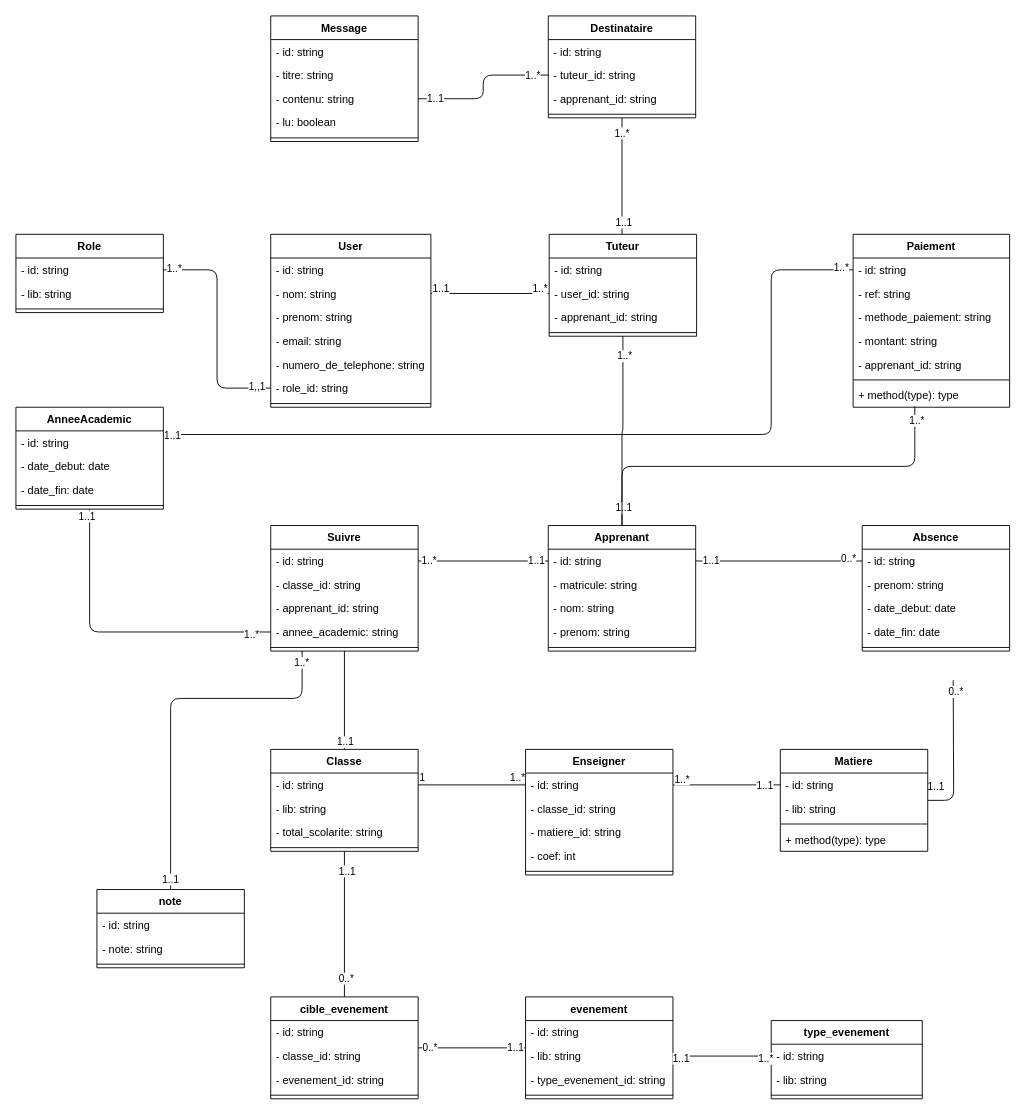
Before: page "UML" (1 of 2) of uml-use_case_diagram.drawio in devalade/ilewemi, a draw.io diagram. Source tidied: cells renumbered, new cells numbered last; positions are measured from the earlier drawing's top-left corner, leaving out a move shared by most shapes. Both pictures are drawn from the tidied source at 91%, with x=0, y=0 at pixel (15, 15).
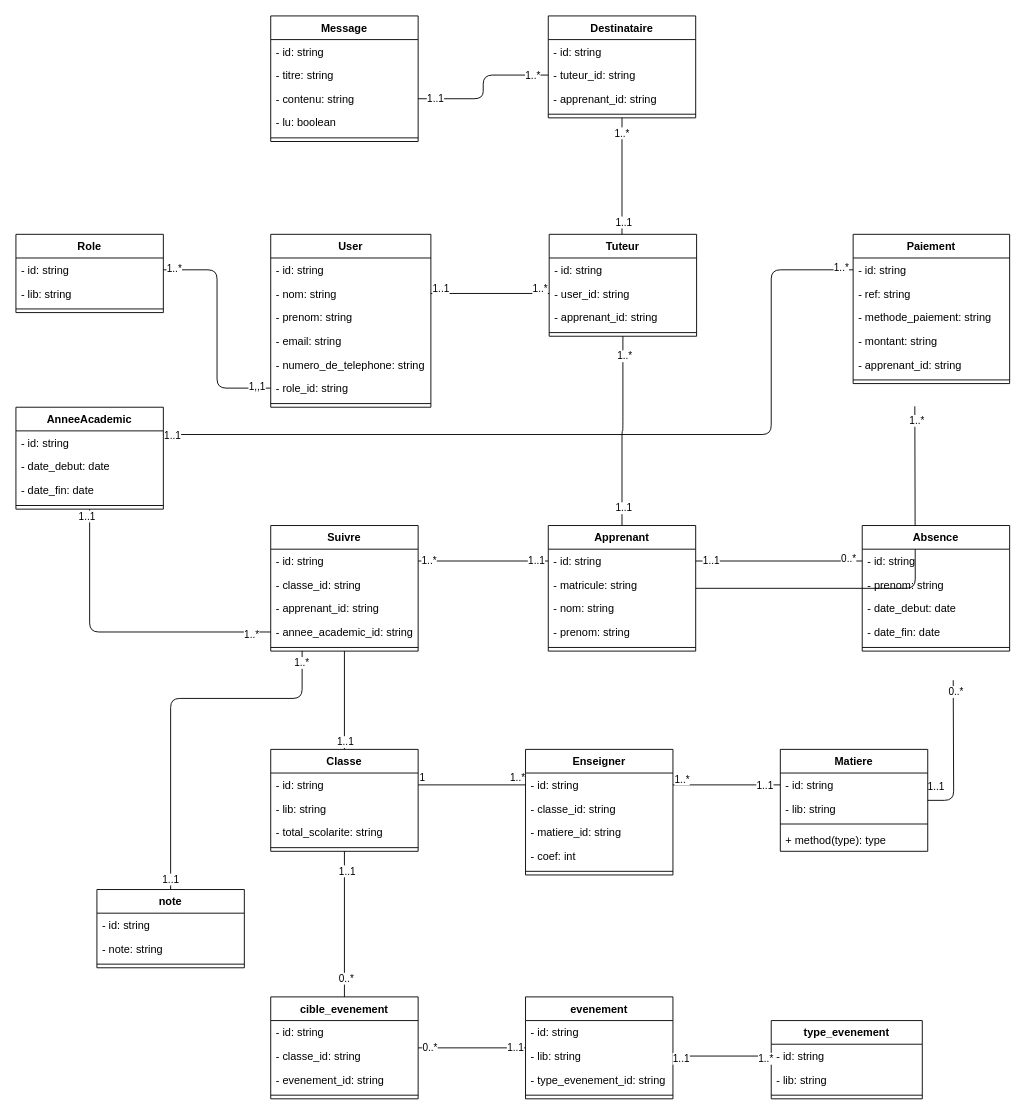
The same diagram, later.

The change refers to these unchanged cells:
```xml
<mxCell id="4" value="Suivre" style="swimlane;fontStyle=1;align=center;verticalAlign=top;horizontal=1;startSize=26;" parent="1" vertex="1">
  <mxGeometry x="280" y="560" width="162" height="138" as="geometry" />
</mxCell>
<mxCell id="46" value="Apprenant" style="swimlane;fontStyle=1;align=center;verticalAlign=top;horizontal=1;startSize=26;" parent="1" vertex="1">
  <mxGeometry x="585" y="560" width="162" height="138" as="geometry" />
</mxCell>
```

Change to the diagram source:
```diff
@@
-    <mxCell id="8" value="- annee_academic: string" style="text;strokeColor=none;fillColor=none;align=left;verticalAlign=top;spacingLeft=4;spacingRight=4;overflow=hidden;points=[[0,0.5],[1,0.5]];portConstraint=eastwest;" parent="4" vertex="1">
+    <mxCell id="8" value="- annee_academic_id: string" style="text;strokeColor=none;fillColor=none;align=left;verticalAlign=top;spacingLeft=4;spacingRight=4;overflow=hidden;points=[[0,0.5],[1,0.5]];portConstraint=eastwest;" parent="4" vertex="1">
       <mxGeometry y="104" width="162" height="26" as="geometry" />
     </mxCell>
@@
-    <mxCell id="44" style="edgeStyle=orthogonalEdgeStyle;html=1;entryX=0.394;entryY=0.962;entryDx=0;entryDy=0;entryPerimeter=0;endArrow=none;endFill=0;" parent="1" edge="1" source="46" target="129">
-      <mxGeometry relative="1" as="geometry" />
+    <mxCell id="44" style="edgeStyle=orthogonalEdgeStyle;html=1;entryX=0.394;entryY=0.962;entryDx=0;entryDy=0;entryPerimeter=0;endArrow=none;endFill=0;" parent="1" edge="1" source="46">
+      <mxGeometry relative="1" as="geometry">
+        <mxPoint x="987.8" y="429" as="targetPoint" />
+      </mxGeometry>
     </mxCell>
@@
     <mxCell id="122" value="Paiement" style="swimlane;fontStyle=1;align=center;verticalAlign=top;horizontal=1;startSize=26;" parent="1" vertex="1">
-      <mxGeometry x="920" y="240" width="172" height="190" as="geometry" />
+      <mxGeometry x="920" y="240" width="172" height="164" as="geometry" />
     </mxCell>
@@
-    <mxCell id="129" value="+ method(type): type" style="text;strokeColor=none;fillColor=none;align=left;verticalAlign=top;spacingLeft=4;spacingRight=4;overflow=hidden;points=[[0,0.5],[1,0.5]];portConstraint=eastwest;" parent="122" vertex="1">
-      <mxGeometry y="164" width="172" height="26" as="geometry" />
-    </mxCell>
```
